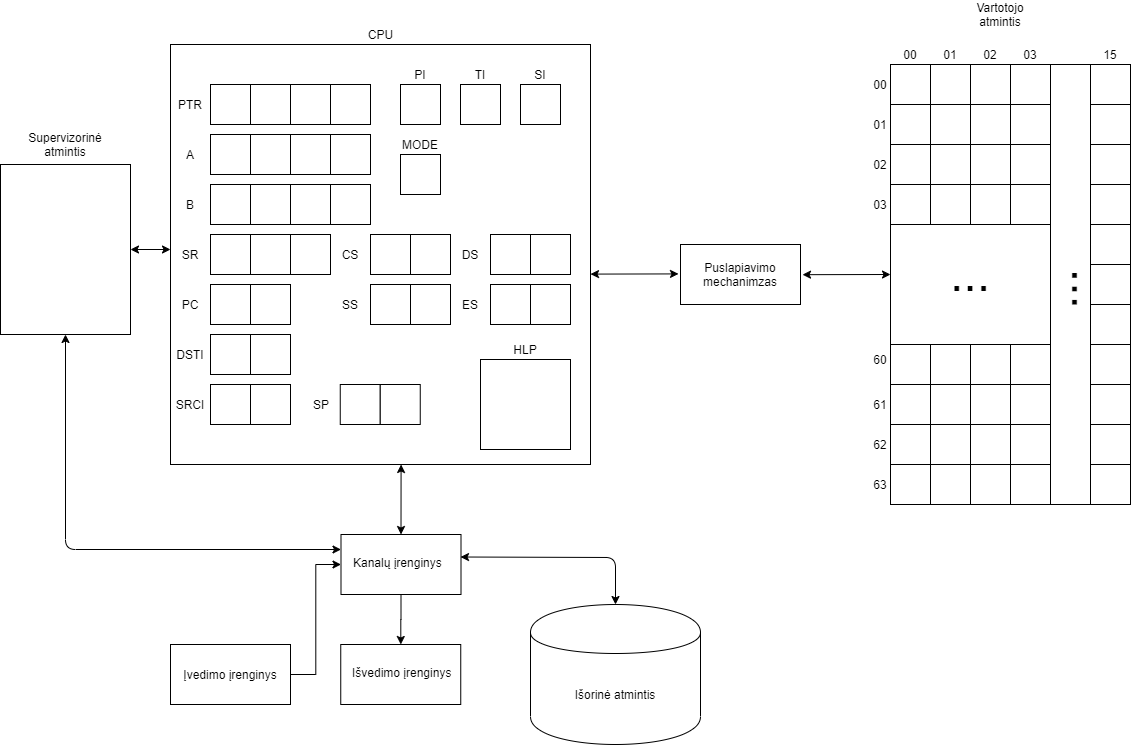
The draw.io diagram 01lab/diagrams/real.png in jokubasb/My-OS, before a commit. Source tidied: cells renumbered, new cells last; positions are measured from the earlier drawing's top-left corner, leaving out a move shared by most shapes.
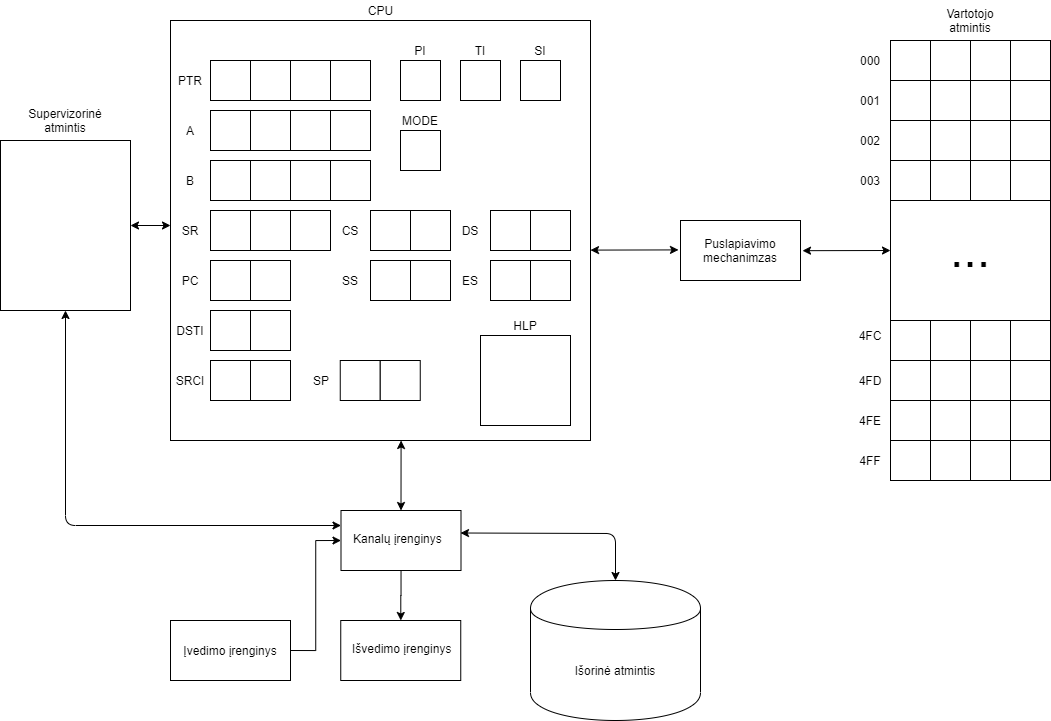
The same diagram one commit later.

Diff of the diagram source:
```diff
@@ -161,7 +161,7 @@
       </mxGeometry>
     </mxCell>
     <mxCell id="50" value="Vartotojo&lt;br&gt;atmintis" style="text;html=1;strokeColor=none;fillColor=none;align=center;verticalAlign=middle;whiteSpace=wrap;rounded=0;" parent="1" vertex="1">
-      <mxGeometry x="980" width="40" height="20" as="geometry" />
+      <mxGeometry x="950" y="30" width="40" height="20" as="geometry" />
     </mxCell>
     <mxCell id="51" value="Supervizorinė atmintis" style="text;html=1;strokeColor=none;fillColor=none;align=center;verticalAlign=middle;whiteSpace=wrap;rounded=0;" parent="1" vertex="1">
       <mxGeometry x="45" y="130" width="40" height="20" as="geometry" />
@@ -181,9 +181,6 @@
     <mxCell id="56" style="whiteSpace=wrap;html=1;" parent="1" vertex="1">
       <mxGeometry x="930" y="60" width="40" height="40" as="geometry" />
     </mxCell>
-    <mxCell id="57" style="rounded=0;whiteSpace=wrap;html=1;" parent="1" vertex="1">
-      <mxGeometry x="1050" y="60" width="40" height="440" as="geometry" />
-    </mxCell>
     <mxCell id="58" style="whiteSpace=wrap;html=1;" parent="1" vertex="1">
       <mxGeometry x="1010" y="100" width="40" height="40" as="geometry" />
     </mxCell>
@@ -196,12 +193,6 @@
     <mxCell id="61" style="whiteSpace=wrap;html=1;" parent="1" vertex="1">
       <mxGeometry x="970" y="60" width="40" height="40" as="geometry" />
     </mxCell>
-    <mxCell id="62" style="whiteSpace=wrap;html=1;" parent="1" vertex="1">
-      <mxGeometry x="1090" y="100" width="40" height="40" as="geometry" />
-    </mxCell>
-    <mxCell id="63" style="whiteSpace=wrap;html=1;" parent="1" vertex="1">
-      <mxGeometry x="1090" y="60" width="40" height="40" as="geometry" />
-    </mxCell>
     <mxCell id="64" style="whiteSpace=wrap;html=1;" parent="1" vertex="1">
       <mxGeometry x="890" y="180" width="40" height="40" as="geometry" />
     </mxCell>
@@ -277,78 +268,33 @@
     <mxCell id="88" style="whiteSpace=wrap;html=1;" parent="1" vertex="1">
       <mxGeometry x="970" y="420" width="40" height="40" as="geometry" />
     </mxCell>
-    <mxCell id="89" style="whiteSpace=wrap;html=1;" parent="1" vertex="1">
-      <mxGeometry x="1090" y="180" width="40" height="40" as="geometry" />
-    </mxCell>
-    <mxCell id="90" style="whiteSpace=wrap;html=1;" parent="1" vertex="1">
-      <mxGeometry x="1090" y="140" width="40" height="40" as="geometry" />
-    </mxCell>
-    <mxCell id="91" style="whiteSpace=wrap;html=1;" parent="1" vertex="1">
-      <mxGeometry x="1090" y="260" width="40" height="40" as="geometry" />
-    </mxCell>
-    <mxCell id="92" style="whiteSpace=wrap;html=1;" parent="1" vertex="1">
-      <mxGeometry x="1090" y="220" width="40" height="40" as="geometry" />
-    </mxCell>
-    <mxCell id="93" style="whiteSpace=wrap;html=1;" parent="1" vertex="1">
-      <mxGeometry x="1090" y="340" width="40" height="40" as="geometry" />
-    </mxCell>
-    <mxCell id="94" style="whiteSpace=wrap;html=1;" parent="1" vertex="1">
-      <mxGeometry x="1090" y="300" width="40" height="40" as="geometry" />
-    </mxCell>
-    <mxCell id="95" style="whiteSpace=wrap;html=1;" parent="1" vertex="1">
-      <mxGeometry x="1090" y="420" width="40" height="40" as="geometry" />
-    </mxCell>
-    <mxCell id="96" style="whiteSpace=wrap;html=1;" parent="1" vertex="1">
-      <mxGeometry x="1090" y="380" width="40" height="40" as="geometry" />
-    </mxCell>
-    <mxCell id="97" style="whiteSpace=wrap;html=1;" parent="1" vertex="1">
-      <mxGeometry x="1090" y="460" width="40" height="40" as="geometry" />
-    </mxCell>
     <mxCell id="98" value="&lt;font style=&quot;font-size: 48px&quot;&gt;...&lt;/font&gt;" style="text;html=1;strokeColor=none;fillColor=none;align=center;verticalAlign=middle;whiteSpace=wrap;rounded=0;" parent="1" vertex="1">
       <mxGeometry x="950" y="260" width="40" height="20" as="geometry" />
     </mxCell>
-    <mxCell id="99" value="&lt;font style=&quot;font-size: 48px&quot;&gt;...&lt;/font&gt;" style="text;html=1;strokeColor=none;fillColor=none;align=center;verticalAlign=middle;whiteSpace=wrap;rounded=0;rotation=-90;" parent="1" vertex="1">
-      <mxGeometry x="1040" y="275" width="40" height="20" as="geometry" />
-    </mxCell>
-    <mxCell id="100" value="00" style="text;html=1;strokeColor=none;fillColor=none;align=center;verticalAlign=middle;whiteSpace=wrap;rounded=0;" parent="1" vertex="1">
-      <mxGeometry x="860" y="70" width="40" height="20" as="geometry" />
+    <mxCell id="100" value="000" style="text;html=1;strokeColor=none;fillColor=none;align=center;verticalAlign=middle;whiteSpace=wrap;rounded=0;" parent="1" vertex="1">
+      <mxGeometry x="850" y="70" width="40" height="20" as="geometry" />
     </mxCell>
-    <mxCell id="101" value="01" style="text;html=1;strokeColor=none;fillColor=none;align=center;verticalAlign=middle;whiteSpace=wrap;rounded=0;" parent="1" vertex="1">
-      <mxGeometry x="860" y="110" width="40" height="20" as="geometry" />
+    <mxCell id="101" value="001" style="text;html=1;strokeColor=none;fillColor=none;align=center;verticalAlign=middle;whiteSpace=wrap;rounded=0;" parent="1" vertex="1">
+      <mxGeometry x="850" y="110" width="40" height="20" as="geometry" />
     </mxCell>
-    <mxCell id="102" value="03" style="text;html=1;strokeColor=none;fillColor=none;align=center;verticalAlign=middle;whiteSpace=wrap;rounded=0;" parent="1" vertex="1">
-      <mxGeometry x="860" y="190" width="40" height="20" as="geometry" />
+    <mxCell id="102" value="003" style="text;html=1;strokeColor=none;fillColor=none;align=center;verticalAlign=middle;whiteSpace=wrap;rounded=0;" parent="1" vertex="1">
+      <mxGeometry x="850" y="190" width="40" height="20" as="geometry" />
     </mxCell>
-    <mxCell id="103" value="02" style="text;html=1;strokeColor=none;fillColor=none;align=center;verticalAlign=middle;whiteSpace=wrap;rounded=0;" parent="1" vertex="1">
-      <mxGeometry x="860" y="150" width="40" height="20" as="geometry" />
+    <mxCell id="103" value="002" style="text;html=1;strokeColor=none;fillColor=none;align=center;verticalAlign=middle;whiteSpace=wrap;rounded=0;" parent="1" vertex="1">
+      <mxGeometry x="850" y="150" width="40" height="20" as="geometry" />
     </mxCell>
-    <mxCell id="104" value="63" style="text;html=1;strokeColor=none;fillColor=none;align=center;verticalAlign=middle;whiteSpace=wrap;rounded=0;" parent="1" vertex="1">
-      <mxGeometry x="860" y="470" width="40" height="20" as="geometry" />
+    <mxCell id="104" value="4FF" style="text;html=1;strokeColor=none;fillColor=none;align=center;verticalAlign=middle;whiteSpace=wrap;rounded=0;" parent="1" vertex="1">
+      <mxGeometry x="850" y="470" width="40" height="20" as="geometry" />
     </mxCell>
-    <mxCell id="105" value="62" style="text;html=1;strokeColor=none;fillColor=none;align=center;verticalAlign=middle;whiteSpace=wrap;rounded=0;" parent="1" vertex="1">
-      <mxGeometry x="860" y="430" width="40" height="20" as="geometry" />
+    <mxCell id="105" value="4FE" style="text;html=1;strokeColor=none;fillColor=none;align=center;verticalAlign=middle;whiteSpace=wrap;rounded=0;" parent="1" vertex="1">
+      <mxGeometry x="850" y="430" width="40" height="20" as="geometry" />
     </mxCell>
-    <mxCell id="106" value="61" style="text;html=1;strokeColor=none;fillColor=none;align=center;verticalAlign=middle;whiteSpace=wrap;rounded=0;" parent="1" vertex="1">
-      <mxGeometry x="860" y="390" width="40" height="20" as="geometry" />
+    <mxCell id="106" value="4FD" style="text;html=1;strokeColor=none;fillColor=none;align=center;verticalAlign=middle;whiteSpace=wrap;rounded=0;" parent="1" vertex="1">
+      <mxGeometry x="850" y="390" width="40" height="20" as="geometry" />
     </mxCell>
-    <mxCell id="107" value="60" style="text;html=1;strokeColor=none;fillColor=none;align=center;verticalAlign=middle;whiteSpace=wrap;rounded=0;" parent="1" vertex="1">
-      <mxGeometry x="860" y="345" width="40" height="20" as="geometry" />
+    <mxCell id="107" value="4FC" style="text;html=1;strokeColor=none;fillColor=none;align=center;verticalAlign=middle;whiteSpace=wrap;rounded=0;" parent="1" vertex="1">
+      <mxGeometry x="850" y="345" width="40" height="20" as="geometry" />
     </mxCell>
-    <mxCell id="108" value="00" style="text;html=1;strokeColor=none;fillColor=none;align=center;verticalAlign=middle;whiteSpace=wrap;rounded=0;" parent="1" vertex="1">
-      <mxGeometry x="890" y="40" width="40" height="20" as="geometry" />
-    </mxCell>
-    <mxCell id="109" value="01" style="text;html=1;strokeColor=none;fillColor=none;align=center;verticalAlign=middle;whiteSpace=wrap;rounded=0;" parent="1" vertex="1">
-      <mxGeometry x="930" y="40" width="40" height="20" as="geometry" />
-    </mxCell>
-    <mxCell id="110" value="02" style="text;html=1;strokeColor=none;fillColor=none;align=center;verticalAlign=middle;whiteSpace=wrap;rounded=0;" parent="1" vertex="1">
-      <mxGeometry x="970" y="40" width="40" height="20" as="geometry" />
-    </mxCell>
-    <mxCell id="111" value="03" style="text;html=1;strokeColor=none;fillColor=none;align=center;verticalAlign=middle;whiteSpace=wrap;rounded=0;" parent="1" vertex="1">
-      <mxGeometry x="1010" y="40" width="40" height="20" as="geometry" />
-    </mxCell>
-    <mxCell id="112" value="15" style="text;html=1;strokeColor=none;fillColor=none;align=center;verticalAlign=middle;whiteSpace=wrap;rounded=0;" parent="1" vertex="1">
-      <mxGeometry x="1090" y="40" width="40" height="20" as="geometry" />
-    </mxCell>
     <mxCell id="113" style="whiteSpace=wrap;html=1;" parent="1" vertex="1">
       <mxGeometry x="290" y="230" width="40" height="40" as="geometry" />
     </mxCell>
```
